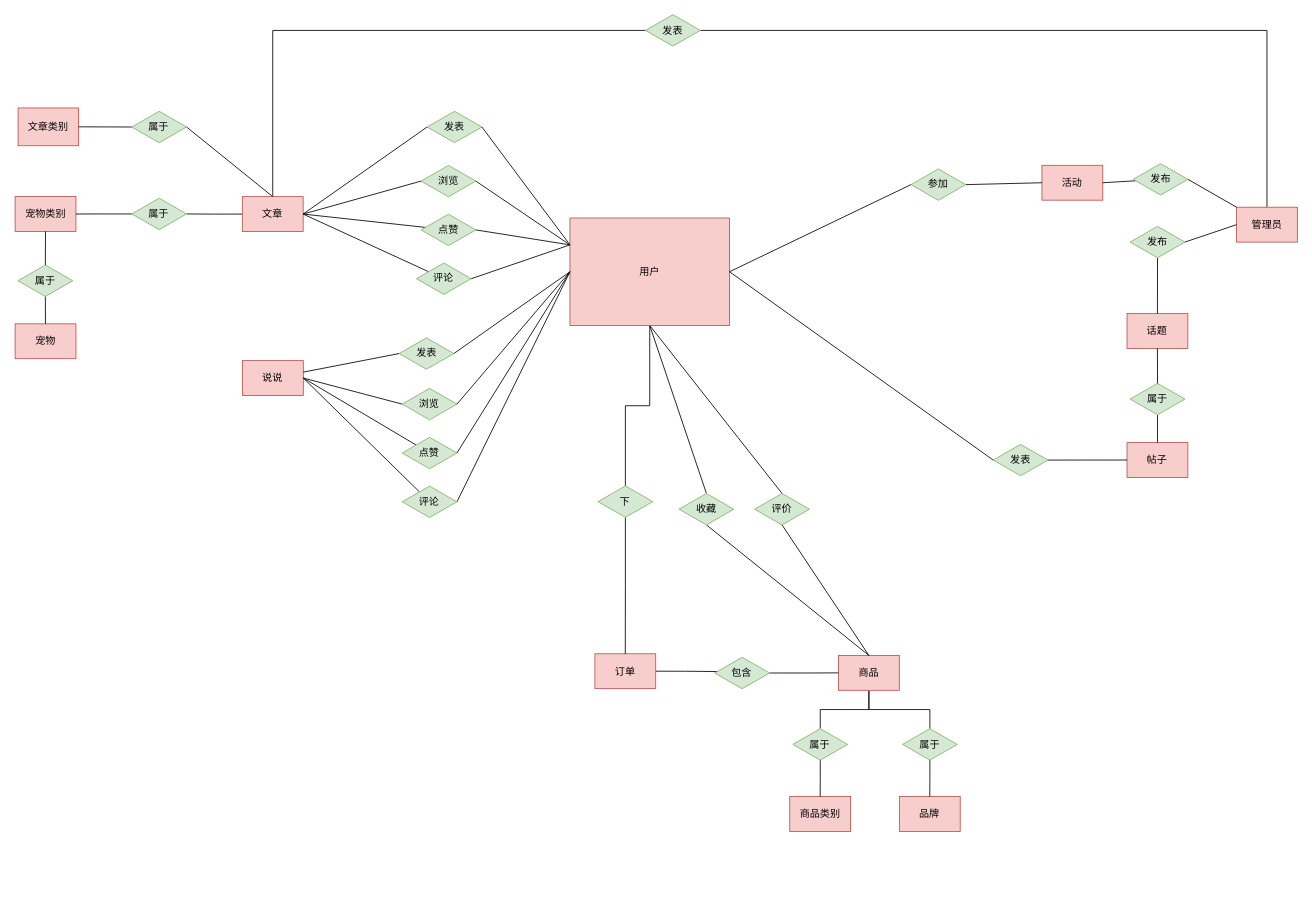
Before: pet/ER/ER图总图.drawio in JMHello/draw, a draw.io diagram. Source tidied: cells renumbered, new cells numbered last; positions are measured from the earlier drawing's top-left corner, leaving out a move shared by most shapes. Both pictures are drawn from the tidied source at 84%, with x=0, y=0 at pixel (15, 14).
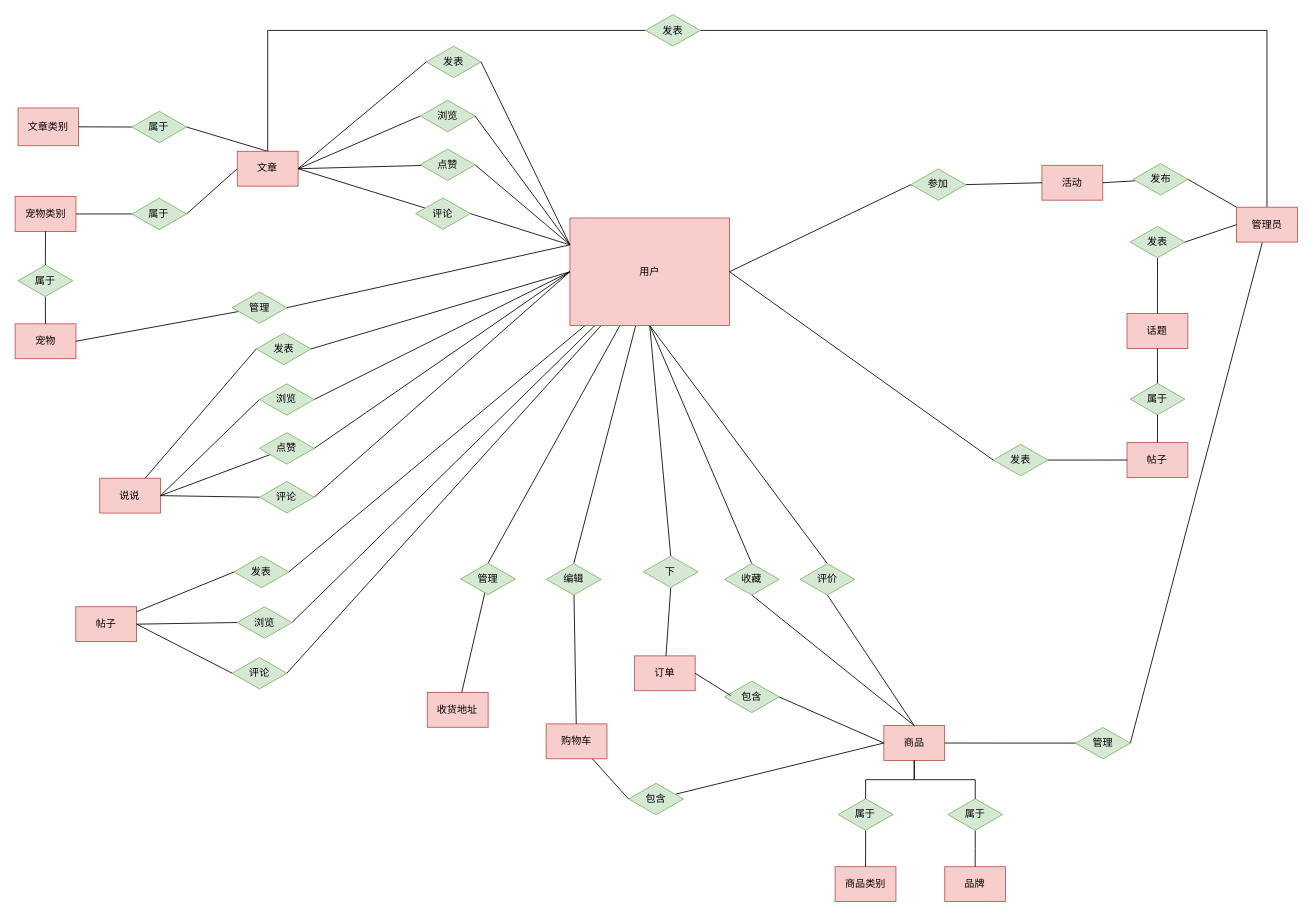
The same diagram, later.

The change refers to these unchanged cells:
```xml
<mxCell id="5" value="用户" style="rounded=0;whiteSpace=wrap;html=1;fillColor=#f8cecc;strokeColor=#b85450;fontSize=12;" parent="1" vertex="1">
  <mxGeometry x="660" y="242" width="190" height="128" as="geometry" />
</mxCell>
<mxCell id="7" value="管理员" style="rounded=0;whiteSpace=wrap;html=1;fillColor=#f8cecc;strokeColor=#b85450;fontSize=12;" parent="1" vertex="1">
  <mxGeometry x="1453.6" y="229.2" width="72.4" height="41.5" as="geometry" />
</mxCell>
<mxCell id="57" value="宠物" style="rounded=0;whiteSpace=wrap;html=1;fillColor=#f8cecc;strokeColor=#b85450;fontSize=12;" parent="55" vertex="1">
  <mxGeometry y="151.5" width="72.4" height="41.5" as="geometry" />
</mxCell>
<mxCell id="64" value="属于" style="rhombus;whiteSpace=wrap;html=1;fontSize=12;fillColor=#d5e8d4;strokeColor=#82b366;" parent="1" vertex="1">
  <mxGeometry x="138.4" y="218.5" width="65.2" height="37.4" as="geometry" />
</mxCell>
```

Change to the diagram source:
```diff
@@
-    <mxCell id="2" style="edgeStyle=orthogonalEdgeStyle;rounded=0;jettySize=auto;html=1;exitX=0.5;exitY=1;exitDx=0;exitDy=0;entryX=0.5;entryY=0;entryDx=0;entryDy=0;endArrow=none;endFill=0;fontSize=12;" parent="1" edge="1" source="5" target="71">
+    <mxCell id="2" style="rounded=0;jettySize=auto;html=1;exitX=0.5;exitY=1;exitDx=0;exitDy=0;entryX=0.5;entryY=0;entryDx=0;entryDy=0;endArrow=none;endFill=0;fontSize=12;" parent="1" edge="1" source="5" target="71">
       <mxGeometry relative="1" as="geometry" />
     </mxCell>
@@
+    <mxCell id="87" style="edgeStyle=none;rounded=0;jettySize=auto;html=1;entryX=0.5;entryY=0;entryDx=0;entryDy=0;endArrow=none;endFill=0;" parent="1" edge="1" source="5" target="103">
+      <mxGeometry relative="1" as="geometry" />
+    </mxCell>
+    <mxCell id="88" style="edgeStyle=none;rounded=0;jettySize=auto;html=1;entryX=1;entryY=0.5;entryDx=0;entryDy=0;endArrow=none;endFill=0;" parent="1" edge="1" source="5" target="96">
+      <mxGeometry relative="1" as="geometry" />
+    </mxCell>
+    <mxCell id="89" style="edgeStyle=none;rounded=0;jettySize=auto;html=1;endArrow=none;endFill=0;entryX=1;entryY=0.5;entryDx=0;entryDy=0;" parent="1" edge="1" source="5" target="98">
+      <mxGeometry relative="1" as="geometry" />
+    </mxCell>
+    <mxCell id="90" style="edgeStyle=none;rounded=0;jettySize=auto;html=1;entryX=1;entryY=0.5;entryDx=0;entryDy=0;endArrow=none;endFill=0;" parent="1" edge="1" source="5" target="100">
+      <mxGeometry relative="1" as="geometry" />
+    </mxCell>
+    <mxCell id="91" style="edgeStyle=none;rounded=0;jettySize=auto;html=1;entryX=0.5;entryY=0;entryDx=0;entryDy=0;endArrow=none;endFill=0;" parent="1" edge="1" source="5" target="111">
+      <mxGeometry relative="1" as="geometry" />
+    </mxCell>
+    <mxCell id="92" style="edgeStyle=none;rounded=0;jettySize=auto;html=1;entryX=1;entryY=0.5;entryDx=0;entryDy=0;endArrow=none;endFill=0;exitX=0;exitY=0.25;exitDx=0;exitDy=0;" parent="1" edge="1" source="5" target="113">
+      <mxGeometry relative="1" as="geometry" />
+    </mxCell>
@@
+    <mxCell id="93" style="edgeStyle=none;rounded=0;jettySize=auto;html=1;entryX=1;entryY=0.5;entryDx=0;entryDy=0;endArrow=none;endFill=0;" parent="1" edge="1" source="7" target="108">
+      <mxGeometry relative="1" as="geometry" />
+    </mxCell>
@@
-    <mxCell id="8" style="edgeStyle=orthogonalEdgeStyle;rounded=0;jettySize=auto;html=1;exitX=0;exitY=0.5;exitDx=0;exitDy=0;entryX=1;entryY=0.5;entryDx=0;entryDy=0;endArrow=none;endFill=0;fontSize=12;" parent="1" edge="1" source="10" target="64">
+    <mxCell id="8" style="rounded=0;jettySize=auto;html=1;exitX=0;exitY=0.5;exitDx=0;exitDy=0;entryX=1;entryY=0.5;entryDx=0;entryDy=0;endArrow=none;endFill=0;fontSize=12;" parent="1" edge="1" source="10" target="64">
       <mxGeometry relative="1" as="geometry" />
     </mxCell>
@@
     <mxCell id="10" value="文章" style="rounded=0;whiteSpace=wrap;html=1;fillColor=#f8cecc;strokeColor=#b85450;fontSize=12;" parent="1" vertex="1">
-      <mxGeometry x="270" y="216.6" width="72.4" height="41.5" as="geometry" />
+      <mxGeometry x="264" y="162.6" width="72.4" height="41.5" as="geometry" />
     </mxCell>
@@
-    <mxCell id="12" value="说说" style="rounded=0;whiteSpace=wrap;html=1;fillColor=#f8cecc;strokeColor=#b85450;fontSize=12;" parent="1" vertex="1">
-      <mxGeometry x="270.2" y="411.8" width="72.4" height="41.5" as="geometry" />
-    </mxCell>
@@
     <mxCell id="15" value="发表" style="rhombus;whiteSpace=wrap;html=1;fontSize=12;fillColor=#d5e8d4;strokeColor=#82b366;" parent="1" vertex="1">
-      <mxGeometry x="490" y="115" width="65.2" height="37.4" as="geometry" />
+      <mxGeometry x="489" y="37.5" width="65.2" height="37.4" as="geometry" />
     </mxCell>
@@
-    <mxCell id="17" style="rounded=0;jettySize=auto;html=1;exitX=0;exitY=0.5;exitDx=0;exitDy=0;fontSize=12;endArrow=none;endFill=0;" parent="1" edge="1" source="18" target="12">
-      <mxGeometry relative="1" as="geometry" />
-    </mxCell>
-    <mxCell id="18" value="发表" style="rhombus;whiteSpace=wrap;html=1;fontSize=12;fillColor=#d5e8d4;strokeColor=#82b366;" parent="1" vertex="1">
-      <mxGeometry x="456.6" y="384.7" width="65.2" height="37.4" as="geometry" />
-    </mxCell>
@@
-    <mxCell id="21" value="发布" style="rhombus;whiteSpace=wrap;html=1;fontSize=12;fillColor=#d5e8d4;strokeColor=#82b366;" parent="1" vertex="1">
+    <mxCell id="21" value="发表" style="rhombus;whiteSpace=wrap;html=1;fontSize=12;fillColor=#d5e8d4;strokeColor=#82b366;" parent="1" vertex="1">
       <mxGeometry x="1326.9" y="252" width="65.2" height="37.4" as="geometry" />
     </mxCell>
@@
-    <mxCell id="36" style="edgeStyle=none;rounded=0;jettySize=auto;html=1;exitX=0;exitY=0.5;exitDx=0;exitDy=0;entryX=1;entryY=0.5;entryDx=0;entryDy=0;endArrow=none;endFill=0;fontSize=12;" parent="1" edge="1" source="37" target="12">
-      <mxGeometry relative="1" as="geometry" />
-    </mxCell>
-    <mxCell id="37" value="浏览" style="rhombus;whiteSpace=wrap;html=1;fontSize=12;fillColor=#d5e8d4;strokeColor=#82b366;" parent="1" vertex="1">
-      <mxGeometry x="460.3" y="444.9" width="65.2" height="37.4" as="geometry" />
-    </mxCell>
@@
-    <mxCell id="39" style="edgeStyle=none;rounded=0;jettySize=auto;html=1;entryX=1;entryY=0.5;entryDx=0;entryDy=0;endArrow=none;endFill=0;fontSize=12;" parent="1" edge="1" source="40" target="12">
-      <mxGeometry relative="1" as="geometry" />
-    </mxCell>
-    <mxCell id="40" value="点赞" style="rhombus;whiteSpace=wrap;html=1;fontSize=12;fillColor=#d5e8d4;strokeColor=#82b366;" parent="1" vertex="1">
-      <mxGeometry x="460.3" y="503.1" width="65.2" height="37.4" as="geometry" />
-    </mxCell>
@@
-    <mxCell id="42" style="edgeStyle=none;rounded=0;jettySize=auto;html=1;entryX=1;entryY=0.5;entryDx=0;entryDy=0;endArrow=none;endFill=0;fontSize=12;" parent="1" edge="1" source="44" target="12">
-      <mxGeometry relative="1" as="geometry" />
-    </mxCell>
@@
-    <mxCell id="44" value="评论" style="rhombus;whiteSpace=wrap;html=1;fontSize=12;fillColor=#d5e8d4;strokeColor=#82b366;" parent="1" vertex="1">
-      <mxGeometry x="460.3" y="561.2" width="65.2" height="37.4" as="geometry" />
-    </mxCell>
@@
     <mxCell id="47" value="浏览" style="rhombus;whiteSpace=wrap;html=1;fontSize=12;fillColor=#d5e8d4;strokeColor=#82b366;" parent="1" vertex="1">
-      <mxGeometry x="482.8" y="179.4" width="65.2" height="37.4" as="geometry" />
+      <mxGeometry x="481.8" y="101.9" width="65.2" height="37.4" as="geometry" />
     </mxCell>
@@
     <mxCell id="50" value="点赞" style="rhombus;whiteSpace=wrap;html=1;fontSize=12;fillColor=#d5e8d4;strokeColor=#82b366;" parent="1" vertex="1">
-      <mxGeometry x="482.8" y="237.5" width="65.2" height="37.4" as="geometry" />
+      <mxGeometry x="481.8" y="160" width="65.2" height="37.4" as="geometry" />
     </mxCell>
@@
     <mxCell id="53" value="评论" style="rhombus;whiteSpace=wrap;html=1;fontSize=12;fillColor=#d5e8d4;strokeColor=#82b366;" parent="1" vertex="1">
-      <mxGeometry x="477.3" y="295.6" width="65.2" height="37.4" as="geometry" />
+      <mxGeometry x="476.3" y="218.1" width="65.2" height="37.4" as="geometry" />
     </mxCell>
@@
-    <mxCell id="65" style="edgeStyle=orthogonalEdgeStyle;rounded=0;jettySize=auto;html=1;exitX=1;exitY=0.5;exitDx=0;exitDy=0;entryX=0.116;entryY=0.455;entryDx=0;entryDy=0;entryPerimeter=0;endArrow=none;endFill=0;fontSize=12;" parent="1" edge="1" source="66" target="79">
-      <mxGeometry relative="1" as="geometry" />
-    </mxCell>
+    <mxCell id="80" value="文章类别" style="rounded=0;whiteSpace=wrap;html=1;fillColor=#f8cecc;strokeColor=#b85450;fontSize=12;" parent="1" vertex="1">
+      <mxGeometry x="3" y="111" width="72" height="45" as="geometry" />
+    </mxCell>
+    <mxCell id="81" style="edgeStyle=none;rounded=0;jettySize=auto;html=1;exitX=0;exitY=0.5;exitDx=0;exitDy=0;entryX=1;entryY=0.5;entryDx=0;entryDy=0;endArrow=none;endFill=0;fontSize=12;" parent="1" edge="1" source="82" target="80">
+      <mxGeometry relative="1" as="geometry" />
+    </mxCell>
+    <mxCell id="82" value="属于" style="rhombus;whiteSpace=wrap;html=1;fontSize=12;fillColor=#d5e8d4;strokeColor=#82b366;" parent="1" vertex="1">
+      <mxGeometry x="138.4" y="115" width="65.2" height="37.4" as="geometry" />
+    </mxCell>
+    <mxCell id="94" value="帖子" style="rounded=0;whiteSpace=wrap;html=1;fillColor=#f8cecc;strokeColor=#b85450;fontSize=12;" parent="1" vertex="1">
+      <mxGeometry x="71.7" y="704.8" width="72.4" height="41.5" as="geometry" />
+    </mxCell>
+    <mxCell id="95" style="rounded=0;jettySize=auto;html=1;exitX=0;exitY=0.5;exitDx=0;exitDy=0;fontSize=12;endArrow=none;endFill=0;" parent="1" edge="1" source="96" target="94">
+      <mxGeometry relative="1" as="geometry" />
+    </mxCell>
+    <mxCell id="96" value="发表" style="rhombus;whiteSpace=wrap;html=1;fontSize=12;fillColor=#d5e8d4;strokeColor=#82b366;" parent="1" vertex="1">
+      <mxGeometry x="260.1" y="644.7" width="65.2" height="37.4" as="geometry" />
+    </mxCell>
+    <mxCell id="97" style="edgeStyle=none;rounded=0;jettySize=auto;html=1;exitX=0;exitY=0.5;exitDx=0;exitDy=0;entryX=1;entryY=0.5;entryDx=0;entryDy=0;endArrow=none;endFill=0;fontSize=12;" parent="1" edge="1" source="98" target="94">
+      <mxGeometry relative="1" as="geometry" />
+    </mxCell>
+    <mxCell id="98" value="浏览" style="rhombus;whiteSpace=wrap;html=1;fontSize=12;fillColor=#d5e8d4;strokeColor=#82b366;" parent="1" vertex="1">
+      <mxGeometry x="263.8" y="704.9" width="65.2" height="37.4" as="geometry" />
+    </mxCell>
+    <mxCell id="99" style="edgeStyle=none;rounded=0;jettySize=auto;html=1;entryX=1;entryY=0.5;entryDx=0;entryDy=0;endArrow=none;endFill=0;fontSize=12;exitX=0;exitY=0.5;exitDx=0;exitDy=0;" parent="1" edge="1" source="100" target="94">
+      <mxGeometry relative="1" as="geometry" />
+    </mxCell>
+    <mxCell id="100" value="评论" style="rhombus;whiteSpace=wrap;html=1;fontSize=12;fillColor=#d5e8d4;strokeColor=#82b366;" parent="1" vertex="1">
+      <mxGeometry x="257.8" y="765.2" width="65.2" height="37.4" as="geometry" />
+    </mxCell>
+    <mxCell id="12" value="说说" style="rounded=0;whiteSpace=wrap;html=1;fillColor=#f8cecc;strokeColor=#b85450;fontSize=12;" parent="1" vertex="1">
+      <mxGeometry x="100.2" y="551.8" width="72.4" height="41.5" as="geometry" />
+    </mxCell>
+    <mxCell id="17" style="rounded=0;jettySize=auto;html=1;exitX=0;exitY=0.5;exitDx=0;exitDy=0;fontSize=12;endArrow=none;endFill=0;" parent="1" edge="1" source="18" target="12">
+      <mxGeometry relative="1" as="geometry" />
+    </mxCell>
+    <mxCell id="18" value="发表" style="rhombus;whiteSpace=wrap;html=1;fontSize=12;fillColor=#d5e8d4;strokeColor=#82b366;" parent="1" vertex="1">
+      <mxGeometry x="286.6" y="379.2" width="65.2" height="37.4" as="geometry" />
+    </mxCell>
+    <mxCell id="36" style="edgeStyle=none;rounded=0;jettySize=auto;html=1;exitX=0;exitY=0.5;exitDx=0;exitDy=0;entryX=1;entryY=0.5;entryDx=0;entryDy=0;endArrow=none;endFill=0;fontSize=12;" parent="1" edge="1" source="37" target="12">
+      <mxGeometry relative="1" as="geometry" />
+    </mxCell>
+    <mxCell id="37" value="浏览" style="rhombus;whiteSpace=wrap;html=1;fontSize=12;fillColor=#d5e8d4;strokeColor=#82b366;" parent="1" vertex="1">
+      <mxGeometry x="290.3" y="439.4" width="65.2" height="37.4" as="geometry" />
+    </mxCell>
+    <mxCell id="39" style="edgeStyle=none;rounded=0;jettySize=auto;html=1;entryX=1;entryY=0.5;entryDx=0;entryDy=0;endArrow=none;endFill=0;fontSize=12;" parent="1" edge="1" source="40" target="12">
+      <mxGeometry relative="1" as="geometry" />
+    </mxCell>
+    <mxCell id="40" value="点赞" style="rhombus;whiteSpace=wrap;html=1;fontSize=12;fillColor=#d5e8d4;strokeColor=#82b366;" parent="1" vertex="1">
+      <mxGeometry x="290.3" y="497.6" width="65.2" height="37.4" as="geometry" />
+    </mxCell>
+    <mxCell id="42" style="edgeStyle=none;rounded=0;jettySize=auto;html=1;entryX=1;entryY=0.5;entryDx=0;entryDy=0;endArrow=none;endFill=0;fontSize=12;exitX=0;exitY=0.5;exitDx=0;exitDy=0;" parent="1" edge="1" source="44" target="12">
+      <mxGeometry relative="1" as="geometry" />
+    </mxCell>
+    <mxCell id="44" value="评论" style="rhombus;whiteSpace=wrap;html=1;fontSize=12;fillColor=#d5e8d4;strokeColor=#82b366;" parent="1" vertex="1">
+      <mxGeometry x="290.3" y="555.7" width="65.2" height="37.4" as="geometry" />
+    </mxCell>
     <mxCell id="66" value="订单" style="rounded=0;whiteSpace=wrap;html=1;fillColor=#f8cecc;strokeColor=#b85450;fontSize=12;" parent="1" vertex="1">
-      <mxGeometry x="689.7" y="760.8" width="72.4" height="41.5" as="geometry" />
+      <mxGeometry x="736.7" y="763.3" width="72.4" height="41.5" as="geometry" />
     </mxCell>
-    <mxCell id="67" style="edgeStyle=orthogonalEdgeStyle;rounded=0;jettySize=auto;html=1;exitX=0.5;exitY=1;exitDx=0;exitDy=0;entryX=0.5;entryY=0;entryDx=0;entryDy=0;endArrow=none;endFill=0;fontSize=12;" parent="1" edge="1" source="69" target="75">
-      <mxGeometry relative="1" as="geometry" />
-    </mxCell>
-    <mxCell id="68" style="edgeStyle=orthogonalEdgeStyle;rounded=0;jettySize=auto;html=1;exitX=0.5;exitY=1;exitDx=0;exitDy=0;entryX=0.5;entryY=0;entryDx=0;entryDy=0;endArrow=none;endFill=0;fontSize=12;" parent="1" edge="1" source="69" target="77">
-      <mxGeometry relative="1" as="geometry" />
-    </mxCell>
     <mxCell id="69" value="商品" style="rounded=0;whiteSpace=wrap;html=1;fillColor=#f8cecc;strokeColor=#b85450;fontSize=12;" parent="1" vertex="1">
-      <mxGeometry x="979.7" y="762.8" width="72.4" height="41.5" as="geometry" />
+      <mxGeometry x="1033.7" y="846.3" width="72.4" height="41.5" as="geometry" />
     </mxCell>
-    <mxCell id="70" style="edgeStyle=orthogonalEdgeStyle;rounded=0;jettySize=auto;html=1;exitX=0.5;exitY=1;exitDx=0;exitDy=0;endArrow=none;endFill=0;fontSize=12;" parent="1" edge="1" source="71" target="66">
+    <mxCell id="70" style="rounded=0;jettySize=auto;html=1;exitX=0.5;exitY=1;exitDx=0;exitDy=0;endArrow=none;endFill=0;fontSize=12;" parent="1" edge="1" source="71" target="66">
       <mxGeometry relative="1" as="geometry" />
     </mxCell>
     <mxCell id="71" value="下" style="rhombus;whiteSpace=wrap;html=1;fontSize=12;fillColor=#d5e8d4;strokeColor=#82b366;" parent="1" vertex="1">
-      <mxGeometry x="693.4" y="561" width="65.2" height="37.4" as="geometry" />
+      <mxGeometry x="747.4" y="644.5" width="65.2" height="37.4" as="geometry" />
     </mxCell>
     <mxCell id="72" value="商品类别" style="rounded=0;whiteSpace=wrap;html=1;fillColor=#f8cecc;strokeColor=#b85450;fontSize=12;" parent="1" vertex="1">
-      <mxGeometry x="921.7" y="930.8" width="72.4" height="41.5" as="geometry" />
+      <mxGeometry x="975.7" y="1014.3" width="72.4" height="41.5" as="geometry" />
     </mxCell>
     <mxCell id="73" value="品牌" style="rounded=0;whiteSpace=wrap;html=1;fillColor=#f8cecc;strokeColor=#b85450;fontSize=12;" parent="1" vertex="1">
-      <mxGeometry x="1052.2" y="930.8" width="72.4" height="41.5" as="geometry" />
+      <mxGeometry x="1106.2" y="1014.3" width="72.4" height="41.5" as="geometry" />
     </mxCell>
@@
     <mxCell id="75" value="属于" style="rhombus;whiteSpace=wrap;html=1;fontSize=12;fillColor=#d5e8d4;strokeColor=#82b366;" parent="1" vertex="1">
-      <mxGeometry x="925.4" y="850" width="65.2" height="37.4" as="geometry" />
+      <mxGeometry x="979.4" y="933.5" width="65.2" height="37.4" as="geometry" />
     </mxCell>
+    <mxCell id="67" style="edgeStyle=orthogonalEdgeStyle;rounded=0;jettySize=auto;html=1;exitX=0.5;exitY=1;exitDx=0;exitDy=0;entryX=0.5;entryY=0;entryDx=0;entryDy=0;endArrow=none;endFill=0;fontSize=12;" parent="1" edge="1" source="69" target="75">
+      <mxGeometry relative="1" as="geometry" />
+    </mxCell>
@@
     <mxCell id="77" value="属于" style="rhombus;whiteSpace=wrap;html=1;fontSize=12;fillColor=#d5e8d4;strokeColor=#82b366;" parent="1" vertex="1">
-      <mxGeometry x="1055.9" y="850" width="65.2" height="37.4" as="geometry" />
+      <mxGeometry x="1109.9" y="933.5" width="65.2" height="37.4" as="geometry" />
     </mxCell>
+    <mxCell id="68" style="edgeStyle=orthogonalEdgeStyle;rounded=0;jettySize=auto;html=1;exitX=0.5;exitY=1;exitDx=0;exitDy=0;entryX=0.5;entryY=0;entryDx=0;entryDy=0;endArrow=none;endFill=0;fontSize=12;" parent="1" edge="1" source="69" target="77">
+      <mxGeometry relative="1" as="geometry" />
+    </mxCell>
-    <mxCell id="78" style="edgeStyle=orthogonalEdgeStyle;rounded=0;jettySize=auto;html=1;exitX=1;exitY=0.5;exitDx=0;exitDy=0;entryX=0;entryY=0.5;entryDx=0;entryDy=0;endArrow=none;endFill=0;fontSize=12;" parent="1" edge="1" source="79" target="69">
+    <mxCell id="78" style="rounded=0;jettySize=auto;html=1;exitX=1;exitY=0.5;exitDx=0;exitDy=0;entryX=0;entryY=0.5;entryDx=0;entryDy=0;endArrow=none;endFill=0;fontSize=12;" parent="1" edge="1" source="79" target="69">
       <mxGeometry relative="1" as="geometry" />
     </mxCell>
     <mxCell id="79" value="包含" style="rhombus;whiteSpace=wrap;html=1;fontSize=12;fillColor=#d5e8d4;strokeColor=#82b366;" parent="1" vertex="1">
-      <mxGeometry x="832.4" y="765" width="65.2" height="37.4" as="geometry" />
+      <mxGeometry x="843.9" y="793.5" width="65.2" height="37.4" as="geometry" />
     </mxCell>
-    <mxCell id="80" value="文章类别" style="rounded=0;whiteSpace=wrap;html=1;fillColor=#f8cecc;strokeColor=#b85450;fontSize=12;" parent="1" vertex="1">
-      <mxGeometry x="3" y="111" width="72" height="45" as="geometry" />
-    </mxCell>
-    <mxCell id="81" style="edgeStyle=none;rounded=0;jettySize=auto;html=1;exitX=0;exitY=0.5;exitDx=0;exitDy=0;entryX=1;entryY=0.5;entryDx=0;entryDy=0;endArrow=none;endFill=0;fontSize=12;" parent="1" edge="1" source="82" target="80">
-      <mxGeometry relative="1" as="geometry" />
-    </mxCell>
-    <mxCell id="82" value="属于" style="rhombus;whiteSpace=wrap;html=1;fontSize=12;fillColor=#d5e8d4;strokeColor=#82b366;" parent="1" vertex="1">
-      <mxGeometry x="138.4" y="115" width="65.2" height="37.4" as="geometry" />
-    </mxCell>
+    <mxCell id="65" style="rounded=0;jettySize=auto;html=1;exitX=1;exitY=0.5;exitDx=0;exitDy=0;entryX=0.116;entryY=0.455;entryDx=0;entryDy=0;entryPerimeter=0;endArrow=none;endFill=0;fontSize=12;" parent="1" edge="1" source="66" target="79">
+      <mxGeometry relative="1" as="geometry" />
+    </mxCell>
@@
     <mxCell id="84" value="评价" style="rhombus;whiteSpace=wrap;html=1;fontSize=12;fillColor=#d5e8d4;strokeColor=#82b366;" parent="1" vertex="1">
-      <mxGeometry x="879.9" y="570" width="65.2" height="37.4" as="geometry" />
+      <mxGeometry x="933.9" y="653.5" width="65.2" height="37.4" as="geometry" />
     </mxCell>
@@
     <mxCell id="86" value="收藏" style="rhombus;whiteSpace=wrap;html=1;fontSize=12;fillColor=#d5e8d4;strokeColor=#82b366;" parent="1" vertex="1">
-      <mxGeometry x="789.9" y="570" width="65.2" height="37.4" as="geometry" />
+      <mxGeometry x="843.9" y="653.5" width="65.2" height="37.4" as="geometry" />
     </mxCell>
+    <mxCell id="101" value="购物车" style="rounded=0;whiteSpace=wrap;html=1;fillColor=#f8cecc;strokeColor=#b85450;fontSize=12;" parent="1" vertex="1">
+      <mxGeometry x="631.7" y="844.3" width="72.4" height="41.5" as="geometry" />
+    </mxCell>
+    <mxCell id="102" style="edgeStyle=none;rounded=0;jettySize=auto;html=1;endArrow=none;endFill=0;" parent="1" edge="1" source="103" target="101">
+      <mxGeometry relative="1" as="geometry" />
+    </mxCell>
+    <mxCell id="103" value="编辑" style="rhombus;whiteSpace=wrap;html=1;fontSize=12;fillColor=#d5e8d4;strokeColor=#82b366;" parent="1" vertex="1">
+      <mxGeometry x="631.9" y="653.5" width="65.2" height="37.4" as="geometry" />
+    </mxCell>
+    <mxCell id="104" style="edgeStyle=none;rounded=0;jettySize=auto;html=1;entryX=0;entryY=0.5;entryDx=0;entryDy=0;endArrow=none;endFill=0;" parent="1" edge="1" source="105" target="69">
+      <mxGeometry relative="1" as="geometry" />
+    </mxCell>
+    <mxCell id="105" value="包含" style="rhombus;whiteSpace=wrap;html=1;fontSize=12;fillColor=#d5e8d4;strokeColor=#82b366;" parent="1" vertex="1">
+      <mxGeometry x="729.9" y="915" width="65.2" height="37.4" as="geometry" />
+    </mxCell>
+    <mxCell id="106" style="edgeStyle=none;rounded=0;jettySize=auto;html=1;entryX=0;entryY=0.5;entryDx=0;entryDy=0;endArrow=none;endFill=0;" parent="1" edge="1" source="101" target="105">
+      <mxGeometry relative="1" as="geometry" />
+    </mxCell>
+    <mxCell id="107" style="edgeStyle=none;rounded=0;jettySize=auto;html=1;entryX=1;entryY=0.5;entryDx=0;entryDy=0;endArrow=none;endFill=0;" parent="1" edge="1" source="108" target="69">
+      <mxGeometry relative="1" as="geometry" />
+    </mxCell>
+    <mxCell id="108" value="管理" style="rhombus;whiteSpace=wrap;html=1;fontSize=12;fillColor=#d5e8d4;strokeColor=#82b366;" parent="1" vertex="1">
+      <mxGeometry x="1261.9" y="848.5" width="65.2" height="37.4" as="geometry" />
+    </mxCell>
+    <mxCell id="109" value="收货地址" style="rounded=0;whiteSpace=wrap;html=1;fillColor=#f8cecc;strokeColor=#b85450;fontSize=12;" parent="1" vertex="1">
+      <mxGeometry x="490.2" y="806.8" width="72.4" height="41.5" as="geometry" />
+    </mxCell>
+    <mxCell id="110" style="edgeStyle=none;rounded=0;jettySize=auto;html=1;endArrow=none;endFill=0;" parent="1" edge="1" source="111" target="109">
+      <mxGeometry relative="1" as="geometry" />
+    </mxCell>
+    <mxCell id="111" value="管理" style="rhombus;whiteSpace=wrap;html=1;fontSize=12;fillColor=#d5e8d4;strokeColor=#82b366;" parent="1" vertex="1">
+      <mxGeometry x="529.9" y="653" width="65.2" height="37.4" as="geometry" />
+    </mxCell>
+    <mxCell id="112" style="edgeStyle=none;rounded=0;jettySize=auto;html=1;entryX=1;entryY=0.5;entryDx=0;entryDy=0;endArrow=none;endFill=0;" parent="1" edge="1" source="113" target="57">
+      <mxGeometry relative="1" as="geometry" />
+    </mxCell>
+    <mxCell id="113" value="管理" style="rhombus;whiteSpace=wrap;html=1;fontSize=12;fillColor=#d5e8d4;strokeColor=#82b366;" parent="1" vertex="1">
+      <mxGeometry x="257.8" y="330.1" width="65.2" height="37.4" as="geometry" />
+    </mxCell>
```
